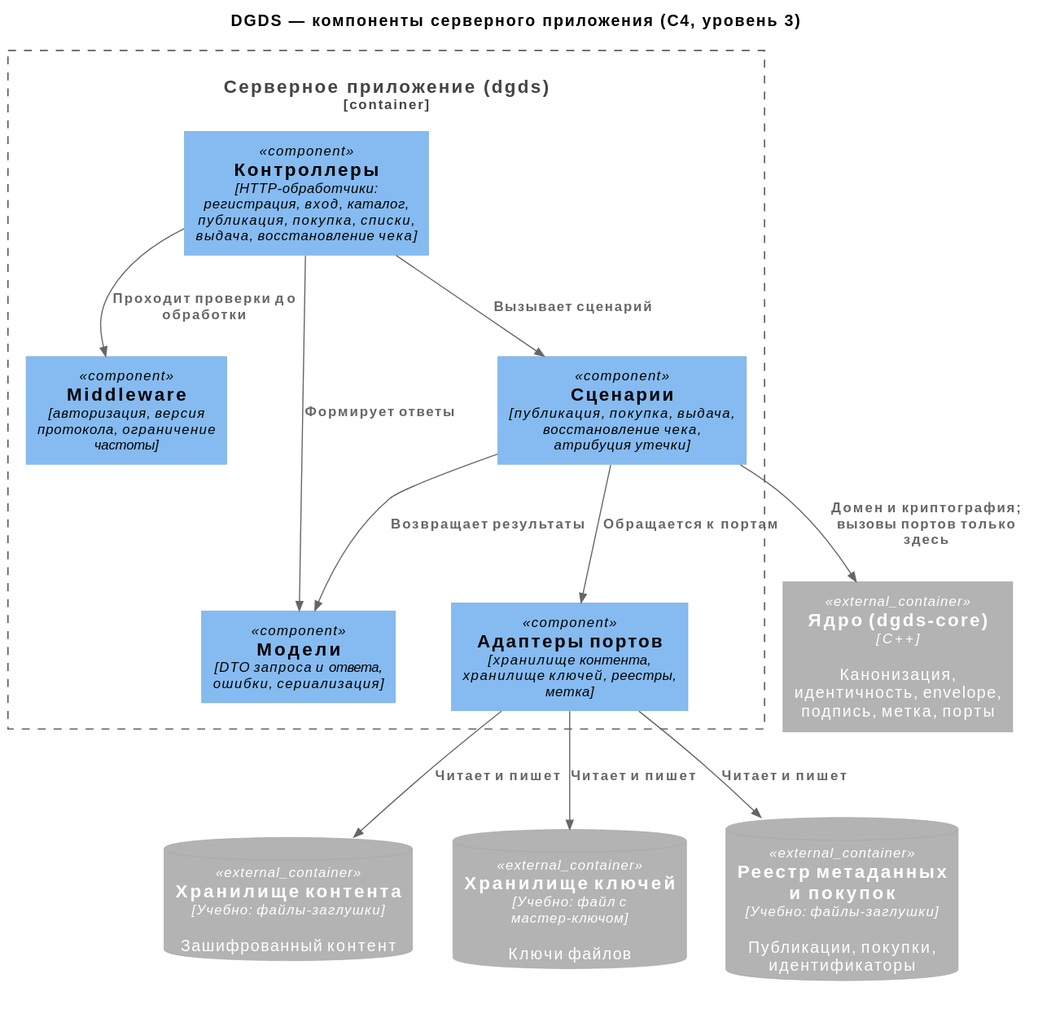
This is docs/architecture/03-components-server.svg from plushcube/dgds, a PlantUML export, as it was before one commit. Source of this version:
```plantuml
@startuml
!include <C4/C4_Component>

title DGDS — компоненты серверного приложения (C4, уровень 3)

Container_Boundary(server, "Серверное приложение (dgds)") {
  Component(middleware, "Middleware", "авторизация, версия протокола, ограничение частоты")
  Component(controllers, "Контроллеры", "HTTP-обработчики: регистрация, вход, каталог, публикация, покупка, списки, выдача, восстановление чека")
  Component(services, "Сценарии", "публикация, покупка, выдача, восстановление чека, атрибуция утечки")
  Component(models, "Модели", "DTO запроса и ответа, ошибки, сериализация")
  Component(adapters, "Адаптеры портов", "хранилище контента, хранилище ключей, реестры, метка")
}

ContainerDb_Ext(blobs, "Хранилище контента", "Учебно: файлы-заглушки", "Зашифрованный контент")
ContainerDb_Ext(keys, "Хранилище ключей", "Учебно: файл с мастер-ключом", "Ключи файлов")
ContainerDb_Ext(meta, "Реестр метаданных и покупок", "Учебно: файлы-заглушки", "Публикации, покупки, идентификаторы")
Container_Ext(core, "Ядро (dgds-core)", "C++", "Канонизация, идентичность, envelope, подпись, метка, порты")

Rel(controllers, middleware, "Проходит проверки до обработки")
Rel(controllers, services, "Вызывает сценарий")
Rel(controllers, models, "Формирует ответы")
Rel(services, models, "Возвращает результаты")
Rel(services, adapters, "Обращается к портам")
Rel(services, core, "Домен и криптография; вызовы портов только здесь")
Rel(adapters, blobs, "Читает и пишет")
Rel(adapters, keys, "Читает и пишет")
Rel(adapters, meta, "Читает и пишет")
@enduml
```
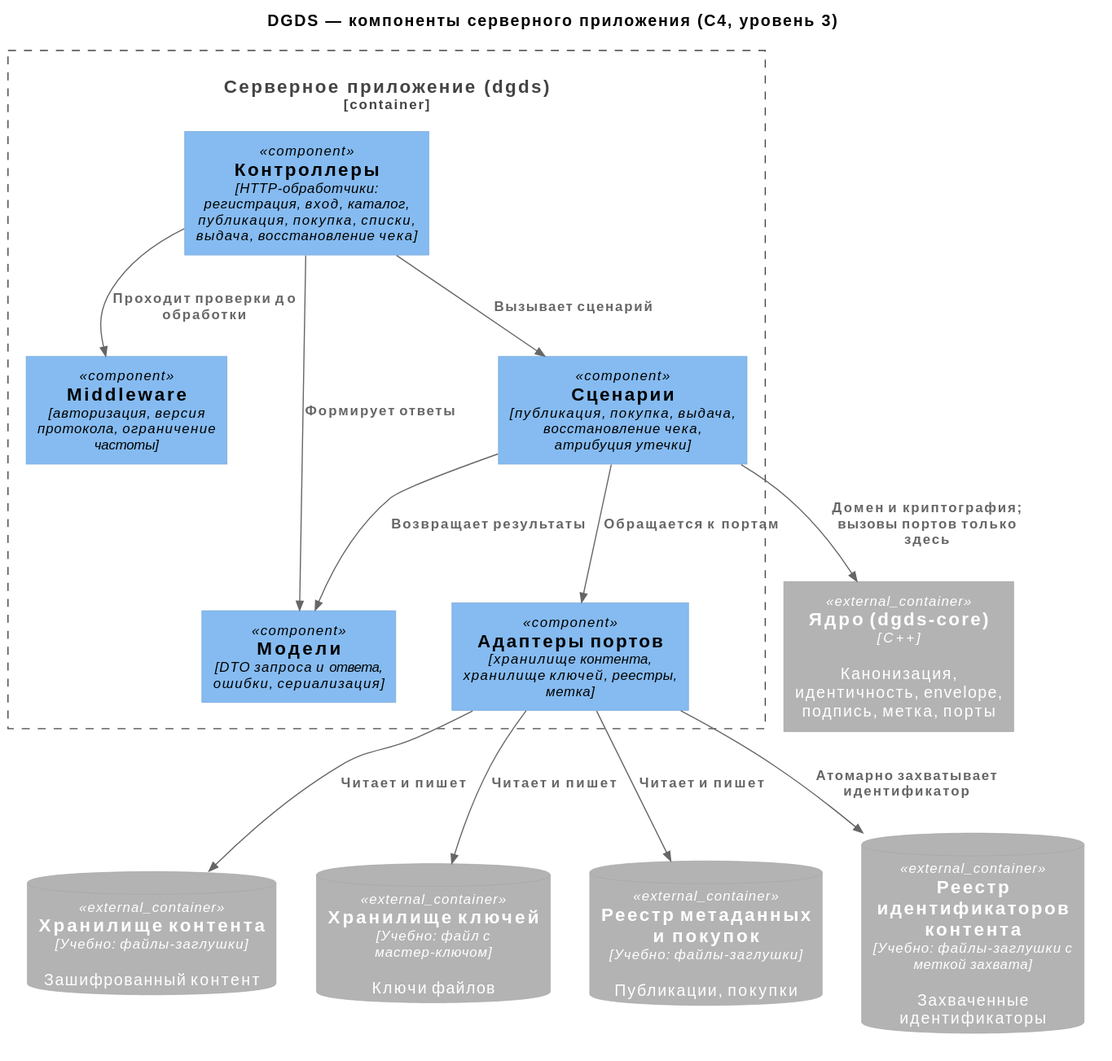
The same file after the commit.

Diff of the diagram source:
```diff
@@ -11,10 +11,11 @@
   Component(adapters, "Адаптеры портов", "хранилище контента, хранилище ключей, реестры, метка")
 }
 
+Container_Ext(core, "Ядро (dgds-core)", "C++", "Канонизация, идентичность, envelope, подпись, метка, порты")
 ContainerDb_Ext(blobs, "Хранилище контента", "Учебно: файлы-заглушки", "Зашифрованный контент")
 ContainerDb_Ext(keys, "Хранилище ключей", "Учебно: файл с мастер-ключом", "Ключи файлов")
-ContainerDb_Ext(meta, "Реестр метаданных и покупок", "Учебно: файлы-заглушки", "Публикации, покупки, идентификаторы")
-Container_Ext(core, "Ядро (dgds-core)", "C++", "Канонизация, идентичность, envelope, подпись, метка, порты")
+ContainerDb_Ext(meta, "Реестр метаданных и покупок", "Учебно: файлы-заглушки", "Публикации, покупки")
+ContainerDb_Ext(identities, "Реестр идентификаторов контента", "Учебно: файлы-заглушки с меткой захвата", "Захваченные идентификаторы")
 
 Rel(controllers, middleware, "Проходит проверки до обработки")
 Rel(controllers, services, "Вызывает сценарий")
@@ -25,4 +26,5 @@
 Rel(adapters, blobs, "Читает и пишет")
 Rel(adapters, keys, "Читает и пишет")
 Rel(adapters, meta, "Читает и пишет")
+Rel(adapters, identities, "Атомарно захватывает идентификатор")
 @enduml
```
